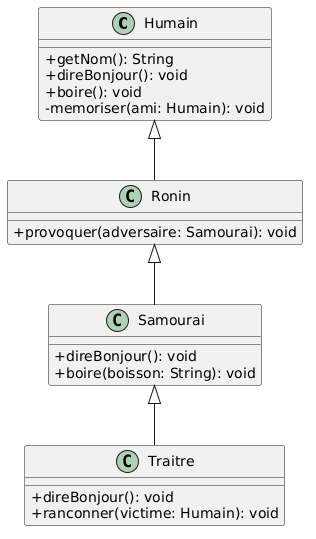
The PlantUML diagram diagramme.png in Samy879/PierreSabre, before a commit. Source of this version:
```plantuml
@startuml
skinparam classAttributeIconSize 0

class Humain {
    + getNom(): String
    + direBonjour(): void
    + boire(): void
    - memoriser(ami: Humain): void
}

class Ronin {
    + provoquer(adversaire: Samourai): void
}

class Samourai {
    + direBonjour(): void
    + boire(boisson: String): void
}

class Traitre {
    + direBonjour(): void
    + ranconner(victime: Humain): void
}

Humain <|-- Ronin
Ronin <|-- Samourai
Samourai <|-- Traitre
@enduml
```
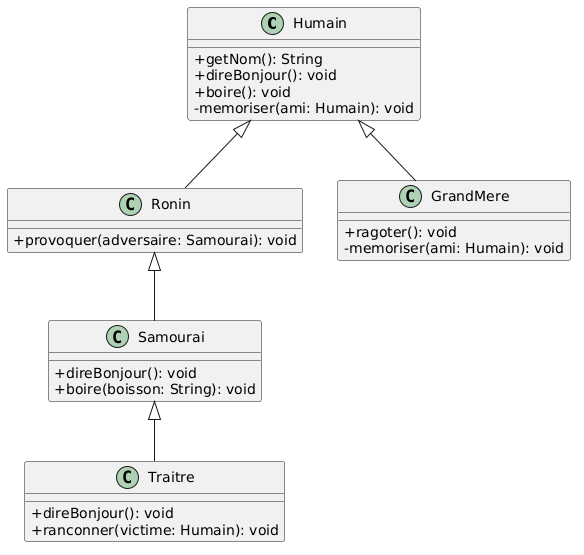
Above is the later version.

Commit message:
Mise à jour du Diagramme des Classes - Fin TP5

The edit, as a diff of the source:
```diff
@@ -22,7 +22,13 @@
     + ranconner(victime: Humain): void
 }
 
+class GrandMere {
+    + ragoter(): void
+    - memoriser(ami: Humain): void
+}
+
 Humain <|-- Ronin
 Ronin <|-- Samourai
 Samourai <|-- Traitre
+Humain <|-- GrandMere
 @enduml
```
